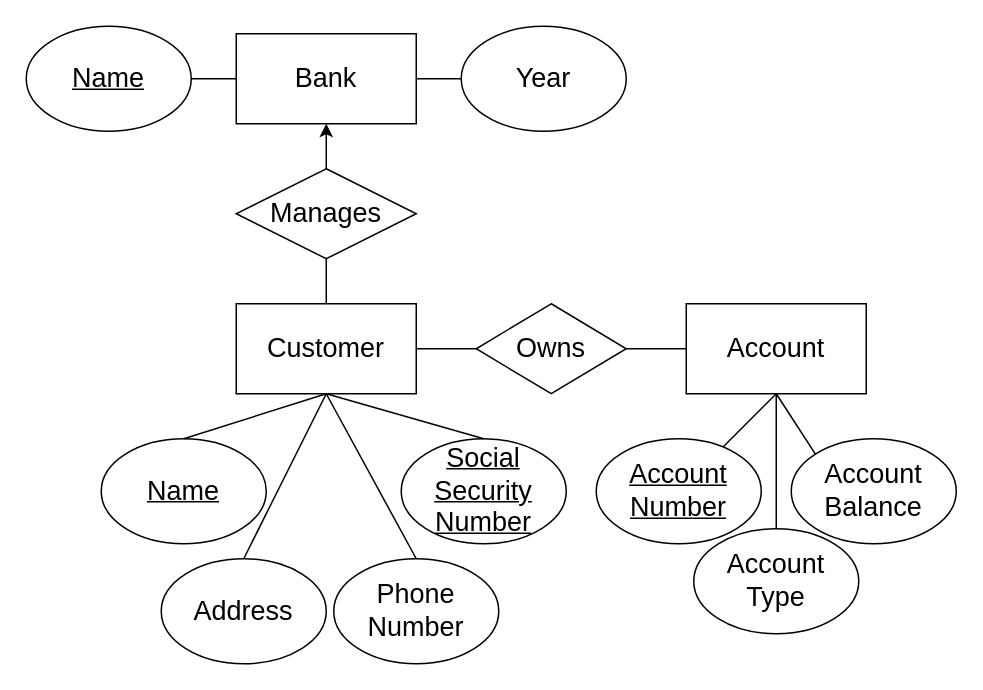
Earlier version of the draw.io diagram bank.drawio (lucylee-412/CISC-3810). Source tidied: cells renumbered, new cells numbered last; positions are measured from the earlier drawing's top-left corner, leaving out a move shared by most shapes. Both pictures are drawn from the tidied source at 150%, with x=0, y=0 at pixel (26, 26).
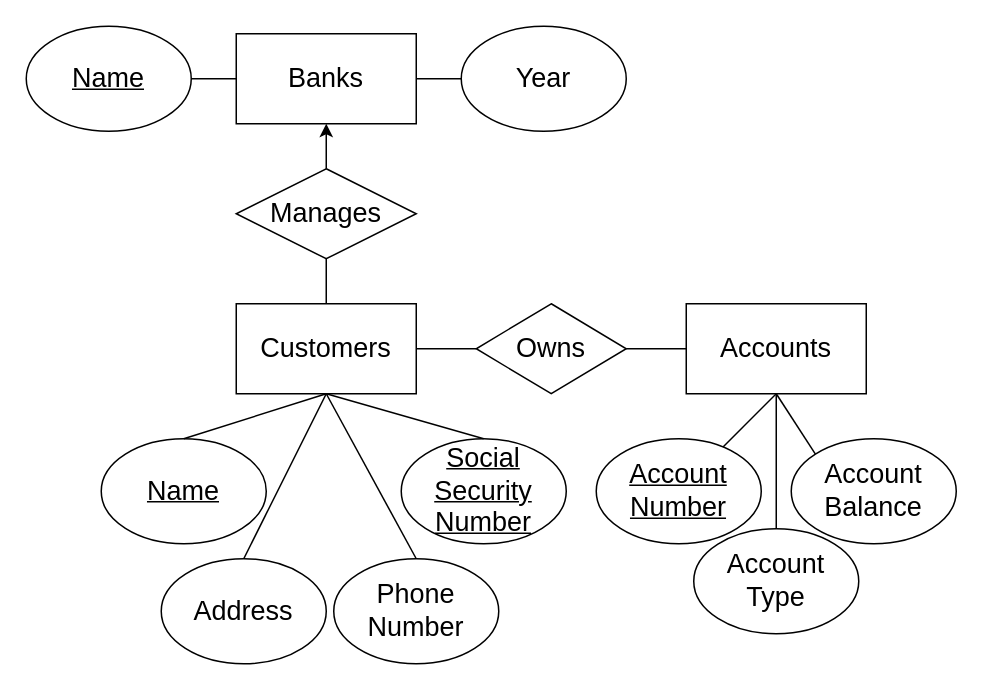
The same page after the edit.

Commit message:
Update entity set nouns to plural

The edit, as a diff of the source:
```diff
@@
-    <mxCell id="2" value="&lt;span style=&quot;font-size: 18px&quot;&gt;Customer&lt;/span&gt;" style="rounded=0;whiteSpace=wrap;html=1;" parent="1" vertex="1">
+    <mxCell id="2" value="&lt;span style=&quot;font-size: 18px&quot;&gt;Customers&lt;/span&gt;" style="rounded=0;whiteSpace=wrap;html=1;" parent="1" vertex="1">
       <mxGeometry x="140" y="185" width="120" height="60" as="geometry" />
     </mxCell>
@@
-    <mxCell id="4" value="&lt;font style=&quot;font-size: 18px&quot;&gt;Account&lt;/font&gt;" style="rounded=0;whiteSpace=wrap;html=1;" parent="1" vertex="1">
+    <mxCell id="4" value="&lt;font style=&quot;font-size: 18px&quot;&gt;Accounts&lt;/font&gt;" style="rounded=0;whiteSpace=wrap;html=1;" parent="1" vertex="1">
       <mxGeometry x="440" y="185" width="120" height="60" as="geometry" />
     </mxCell>
@@
-    <mxCell id="16" value="&lt;font style=&quot;font-size: 18px&quot;&gt;Bank&lt;/font&gt;" style="rounded=0;whiteSpace=wrap;html=1;" parent="1" vertex="1">
+    <mxCell id="16" value="&lt;font style=&quot;font-size: 18px&quot;&gt;Banks&lt;/font&gt;" style="rounded=0;whiteSpace=wrap;html=1;" parent="1" vertex="1">
       <mxGeometry x="140" y="5" width="120" height="60" as="geometry" />
     </mxCell>
```
